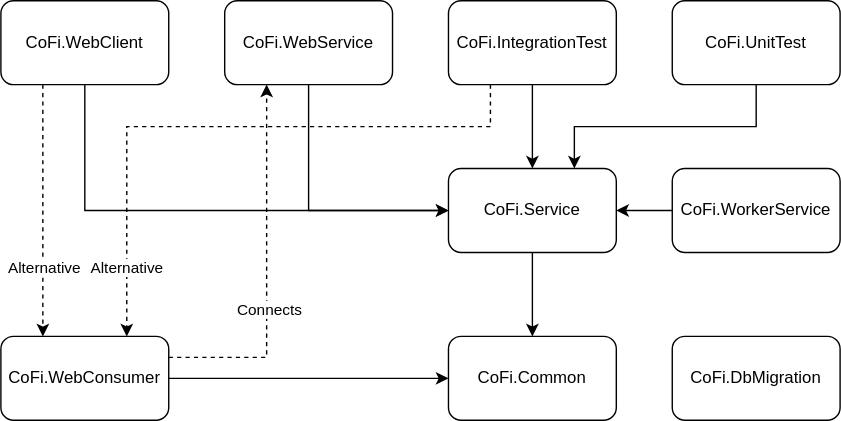
Above: Diagrams/AnaSys/CoFi/CoFi.Project.Dependencies.svg in feifel/notion (draw.io), before the change. Source tidied: cells renumbered, new cells last; positions are measured from the earlier drawing's top-left corner, leaving out a move shared by most shapes.
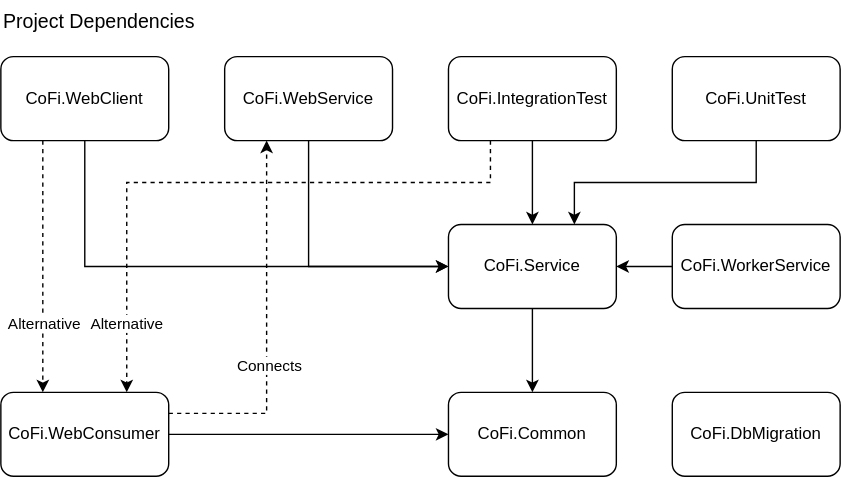
Later version of the same file.

What changed in the source:
```diff
@@ -85,5 +85,8 @@
     <mxCell id="24" value="&lt;div&gt;CoFi.UnitTest&lt;/div&gt;" style="rounded=1;whiteSpace=wrap;html=1;" parent="1" vertex="1">
       <mxGeometry x="480" width="120" height="60" as="geometry" />
     </mxCell>
+    <mxCell id="25" value="&lt;font style=&quot;font-size: 14px&quot;&gt;Project Dependencies&lt;br&gt;&lt;/font&gt;" style="text;html=1;strokeColor=none;fillColor=none;align=left;verticalAlign=middle;whiteSpace=wrap;rounded=0;" parent="1" vertex="1">
+      <mxGeometry y="-40" width="190" height="30" as="geometry" />
+    </mxCell>
   </root>
 </mxGraphModel>
```
